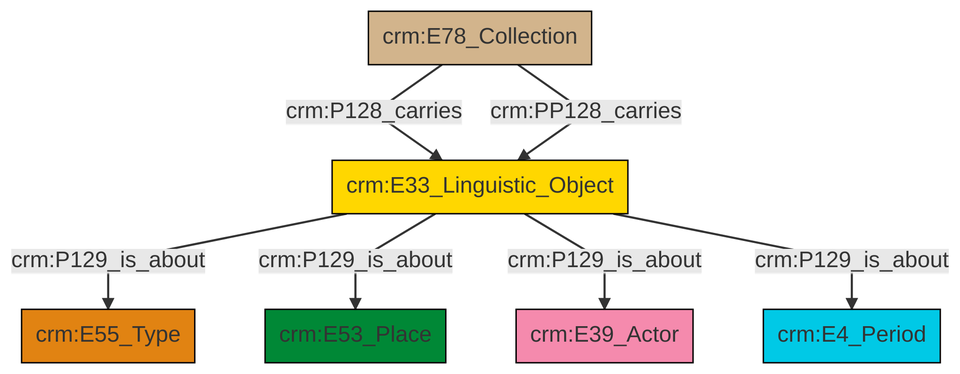
Earlier version of the Mermaid export et/archivalCSV/ttl/mmd/png/archival_aboutness.png (swiss-art-research-net/docs.swissartresearch). Its source is kept beside it as et/archivalCSV/ttl/mmd/archival_aboutness.ttl.mmd.
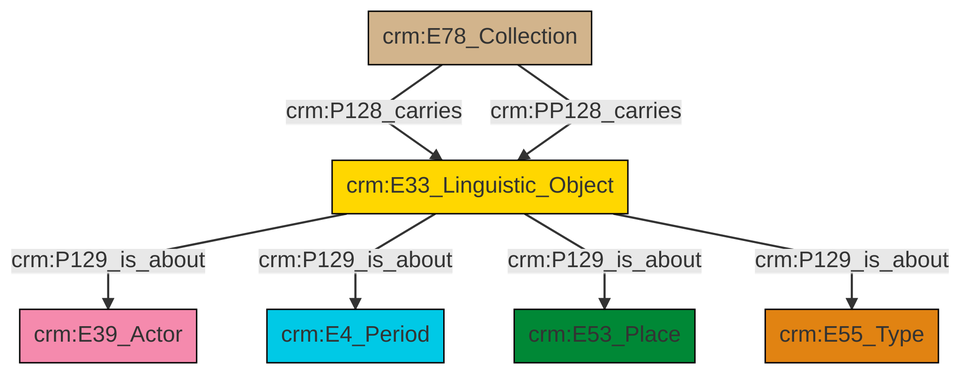
The same diagram one commit later.

The edit, as a diff of the source:
```diff
@@ -13,9 +13,9 @@
 classDef PC_Classes fill:#4ce600, stroke:#000000;
 classDef Multi fill:#cccccc,stroke:#000000;
 
-0["crm:E33_Linguistic_Object"]:::Conceptual_Object -->|crm:P129_is_about| 1["crm:E55_Type"]:::Type
+0["crm:E33_Linguistic_Object"]:::Conceptual_Object -->|crm:P129_is_about| 1["crm:E39_Actor"]:::Actor
 2["crm:E78_Collection"]:::Physical_Thing -->|crm:P128_carries| 0["crm:E33_Linguistic_Object"]:::Conceptual_Object
+0["crm:E33_Linguistic_Object"]:::Conceptual_Object -->|crm:P129_is_about| 5["crm:E4_Period"]:::Temporal_Entity
 2["crm:E78_Collection"]:::Physical_Thing -->|crm:PP128_carries| 0["crm:E33_Linguistic_Object"]:::Conceptual_Object
-0["crm:E33_Linguistic_Object"]:::Conceptual_Object -->|crm:P129_is_about| 5["crm:E53_Place"]:::Place
-0["crm:E33_Linguistic_Object"]:::Conceptual_Object -->|crm:P129_is_about| 3["crm:E39_Actor"]:::Actor
-0["crm:E33_Linguistic_Object"]:::Conceptual_Object -->|crm:P129_is_about| 9["crm:E4_Period"]:::Temporal_Entity
+0["crm:E33_Linguistic_Object"]:::Conceptual_Object -->|crm:P129_is_about| 7["crm:E53_Place"]:::Place
+0["crm:E33_Linguistic_Object"]:::Conceptual_Object -->|crm:P129_is_about| 8["crm:E55_Type"]:::Type
```
